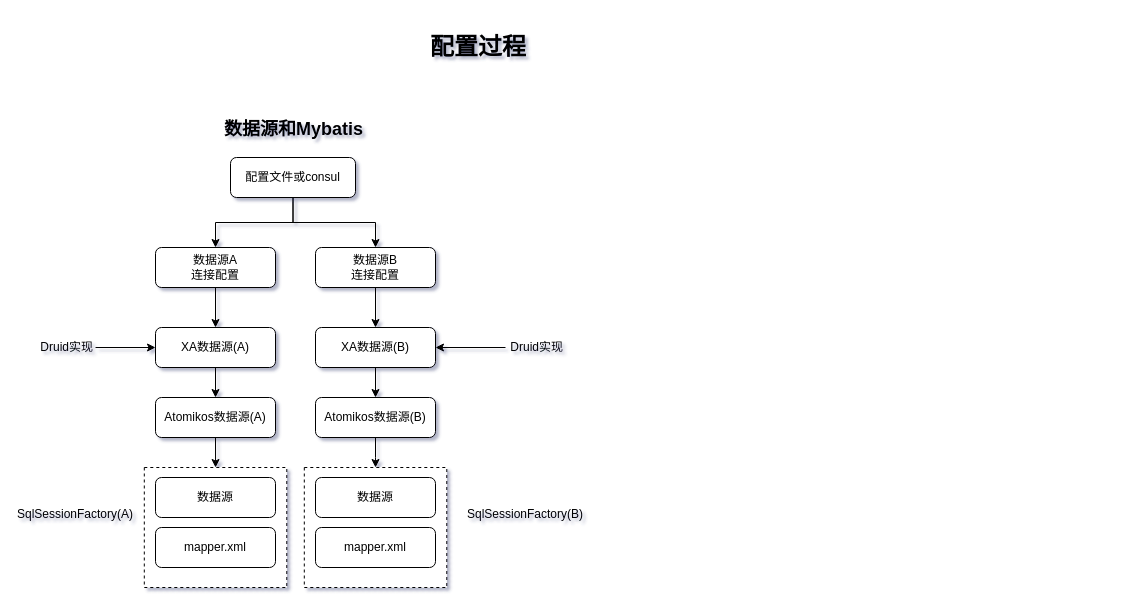
The draw.io diagram sql/MybatisXA事务.drawio in Potato20522/diagrams, before the edit. Source tidied: cells renumbered, new cells numbered last; positions are measured from the earlier drawing's top-left corner, leaving out a move shared by most shapes. Both pictures are drawn from the tidied source at 100%, with x=0, y=0 at pixel (35, 27).
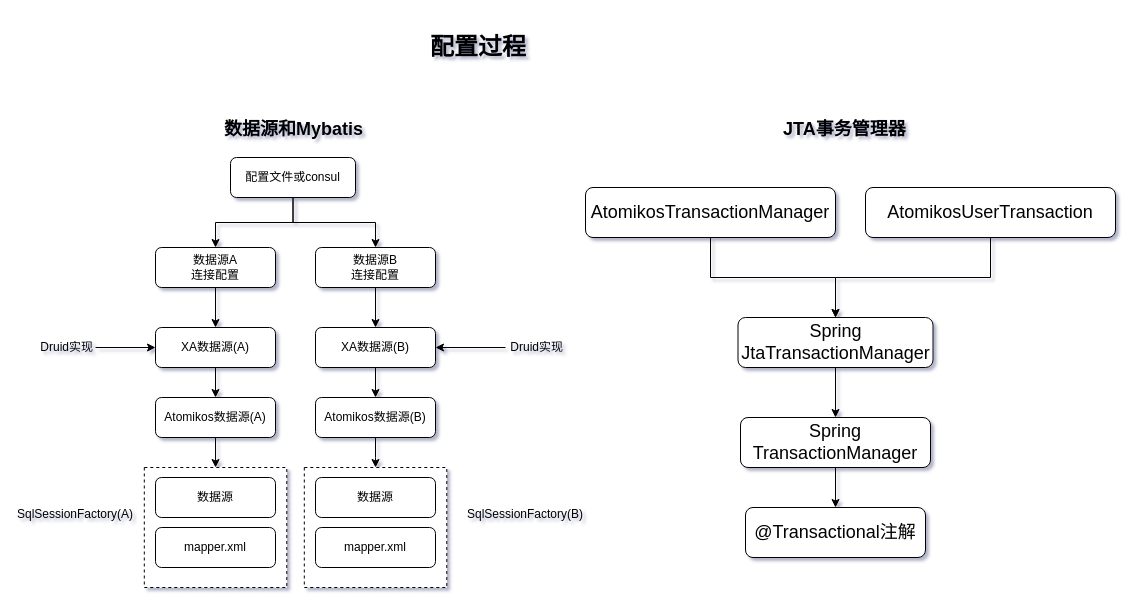
The same diagram, later.

What changed in the source:
```diff
@@
+    <mxCell id="33" style="edgeStyle=orthogonalEdgeStyle;rounded=0;jettySize=auto;html=1;entryX=0.5;entryY=0;entryDx=0;entryDy=0;fontSize=18;" parent="1" edge="1" source="34" target="38">
+      <mxGeometry relative="1" as="geometry" />
+    </mxCell>
+    <mxCell id="34" value="Spring&lt;br&gt;JtaTransactionManager" style="rounded=1;whiteSpace=wrap;html=1;fontSize=18;" parent="1" vertex="1">
+      <mxGeometry x="702.5" y="290" width="195" height="50" as="geometry" />
+    </mxCell>
+    <mxCell id="35" style="edgeStyle=orthogonalEdgeStyle;rounded=0;jettySize=auto;html=1;fontSize=18;" parent="1" edge="1" source="36" target="34">
+      <mxGeometry relative="1" as="geometry" />
+    </mxCell>
+    <mxCell id="36" value="AtomikosTransactionManager" style="rounded=1;whiteSpace=wrap;html=1;fontSize=18;" parent="1" vertex="1">
+      <mxGeometry x="550" y="160" width="250" height="50" as="geometry" />
+    </mxCell>
+    <mxCell id="37" style="edgeStyle=orthogonalEdgeStyle;rounded=0;jettySize=auto;html=1;entryX=0.5;entryY=0;entryDx=0;entryDy=0;fontSize=18;" parent="1" edge="1" source="38" target="39">
+      <mxGeometry relative="1" as="geometry" />
+    </mxCell>
+    <mxCell id="38" value="Spring&lt;br&gt;TransactionManager" style="rounded=1;whiteSpace=wrap;html=1;fontSize=18;" parent="1" vertex="1">
+      <mxGeometry x="705" y="390" width="190" height="50" as="geometry" />
+    </mxCell>
+    <mxCell id="39" value="@Transactional注解" style="rounded=1;whiteSpace=wrap;html=1;fontSize=18;" parent="1" vertex="1">
+      <mxGeometry x="710" y="480" width="180" height="50" as="geometry" />
+    </mxCell>
+    <mxCell id="40" style="edgeStyle=orthogonalEdgeStyle;rounded=0;jettySize=auto;html=1;fontSize=18;" parent="1" edge="1" source="41" target="34">
+      <mxGeometry relative="1" as="geometry" />
+    </mxCell>
+    <mxCell id="41" value="AtomikosUserTransaction" style="rounded=1;whiteSpace=wrap;html=1;fontSize=18;" parent="1" vertex="1">
+      <mxGeometry x="830" y="160" width="250" height="50" as="geometry" />
+    </mxCell>
+    <mxCell id="42" value="&lt;h1&gt;&lt;font style=&quot;font-size: 18px&quot;&gt;JTA事务管理器&lt;/font&gt;&lt;/h1&gt;" style="text;html=1;strokeColor=none;fillColor=none;spacing=5;spacingTop=-20;whiteSpace=wrap;overflow=hidden;rounded=0;" parent="1" vertex="1">
+      <mxGeometry x="742.5" y="80" width="147.5" height="40" as="geometry" />
+    </mxCell>
```
